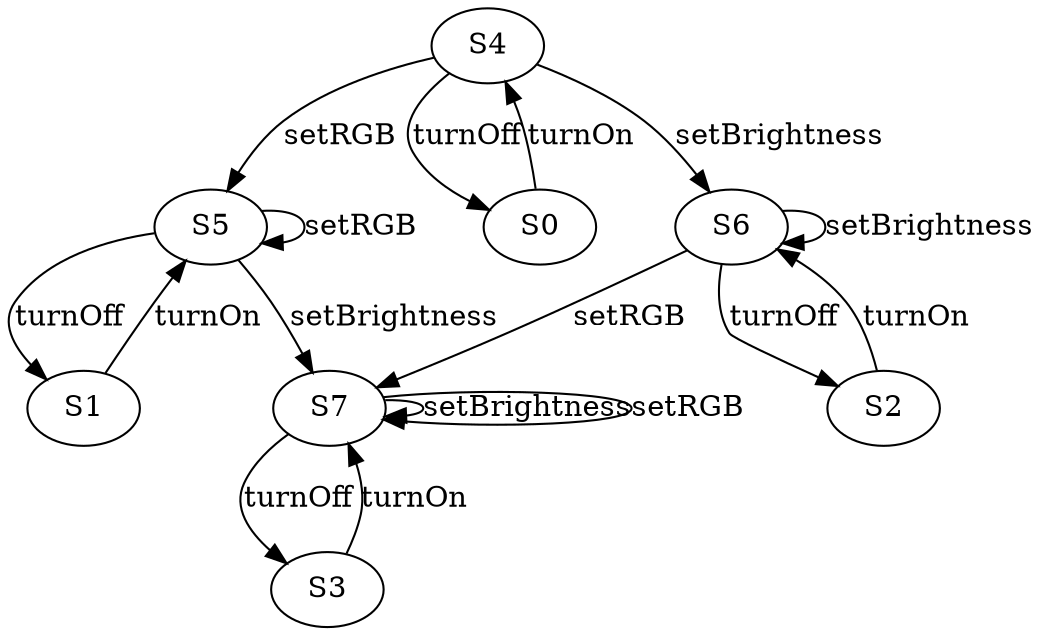
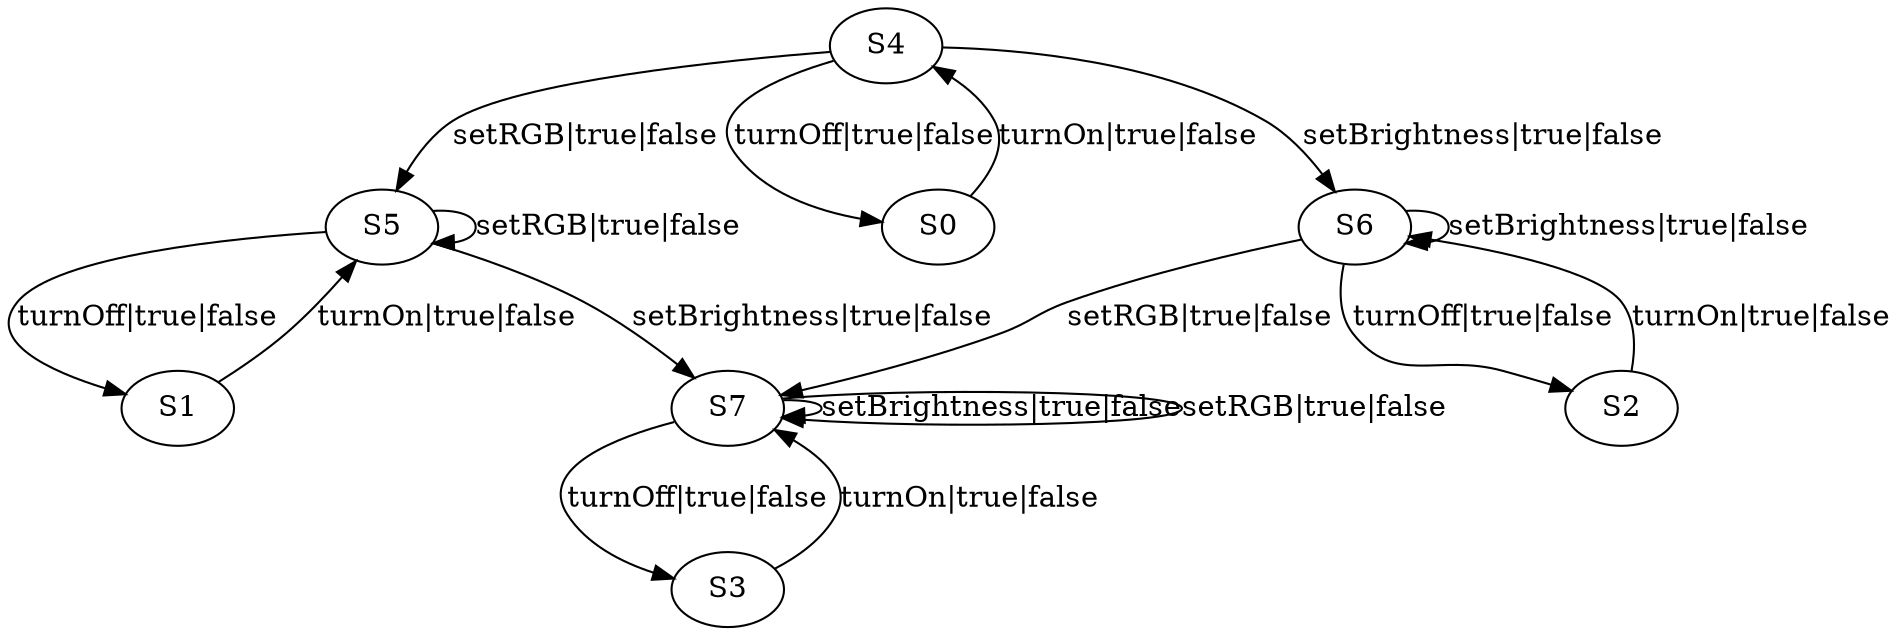
digraph g {

- 	S5 -> S5 [label="setRGB"];
- 	S3 -> S7 [label="turnOn"];
- 	S4 -> S5 [label="setRGB"];
- 	S4 -> S0 [label="turnOff"];
- 	S1 -> S5 [label="turnOn"];
- 	S7 -> S7 [label="setBrightness"];
- 	S0 -> S4 [label="turnOn"];
- 	S6 -> S6 [label="setBrightness"];
- 	S5 -> S1 [label="turnOff"];
- 	S7 -> S3 [label="turnOff"];
- 	S4 -> S6 [label="setBrightness"];
- 	S6 -> S7 [label="setRGB"];
- 	S2 -> S6 [label="turnOn"];
- 	S7 -> S7 [label="setRGB"];
- 	S5 -> S7 [label="setBrightness"];
- 	S6 -> S2 [label="turnOff"];
+ 	S5 -> S5 [label="setRGB|true|false"];
+ 	S3 -> S7 [label="turnOn|true|false"];
+ 	S4 -> S5 [label="setRGB|true|false"];
+ 	S4 -> S0 [label="turnOff|true|false"];
+ 	S1 -> S5 [label="turnOn|true|false"];
+ 	S7 -> S7 [label="setBrightness|true|false"];
+ 	S0 -> S4 [label="turnOn|true|false"];
+ 	S6 -> S6 [label="setBrightness|true|false"];
+ 	S5 -> S1 [label="turnOff|true|false"];
+ 	S7 -> S3 [label="turnOff|true|false"];
+ 	S4 -> S6 [label="setBrightness|true|false"];
+ 	S6 -> S7 [label="setRGB|true|false"];
+ 	S2 -> S6 [label="turnOn|true|false"];
+ 	S7 -> S7 [label="setRGB|true|false"];
+ 	S5 -> S7 [label="setBrightness|true|false"];
+ 	S6 -> S2 [label="turnOff|true|false"];

}
